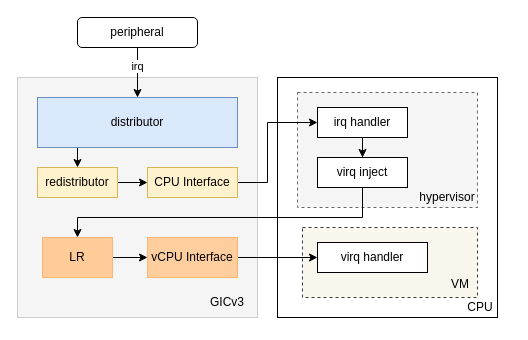
Above: gicv3 virq.drawio in zhouhaoan/drawios (draw.io), before the change. Source tidied: cells renumbered, new cells numbered last; positions are measured from the earlier drawing's top-left corner, leaving out a move shared by most shapes. Both pictures are drawn from the tidied source at 100%, with x=0, y=0 at pixel (17, 17).
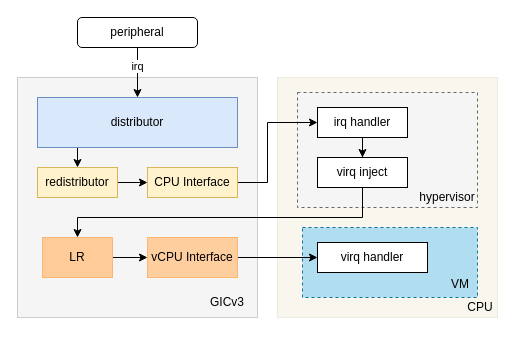
The same diagram, later.

What changed in the source:
```diff
@@
-    <mxCell id="2" style="rounded=0;whiteSpace=wrap;html=1;" parent="1" vertex="1">
+    <mxCell id="2" style="rounded=0;whiteSpace=wrap;html=1;fillColor=#f9f7ed;strokeColor=#EDEBE1;" parent="1" vertex="1">
       <mxGeometry x="260" y="60" width="220" height="240" as="geometry" />
     </mxCell>
@@
-    <mxCell id="20" style="rounded=0;whiteSpace=wrap;html=1;fillColor=#f9f7ed;strokeColor=#36393d;dashed=1;" parent="1" vertex="1">
+    <mxCell id="20" style="rounded=0;whiteSpace=wrap;html=1;fillColor=#b1ddf0;strokeColor=#10739e;dashed=1;" parent="1" vertex="1">
       <mxGeometry x="285" y="210" width="175" height="70" as="geometry" />
     </mxCell>
```
